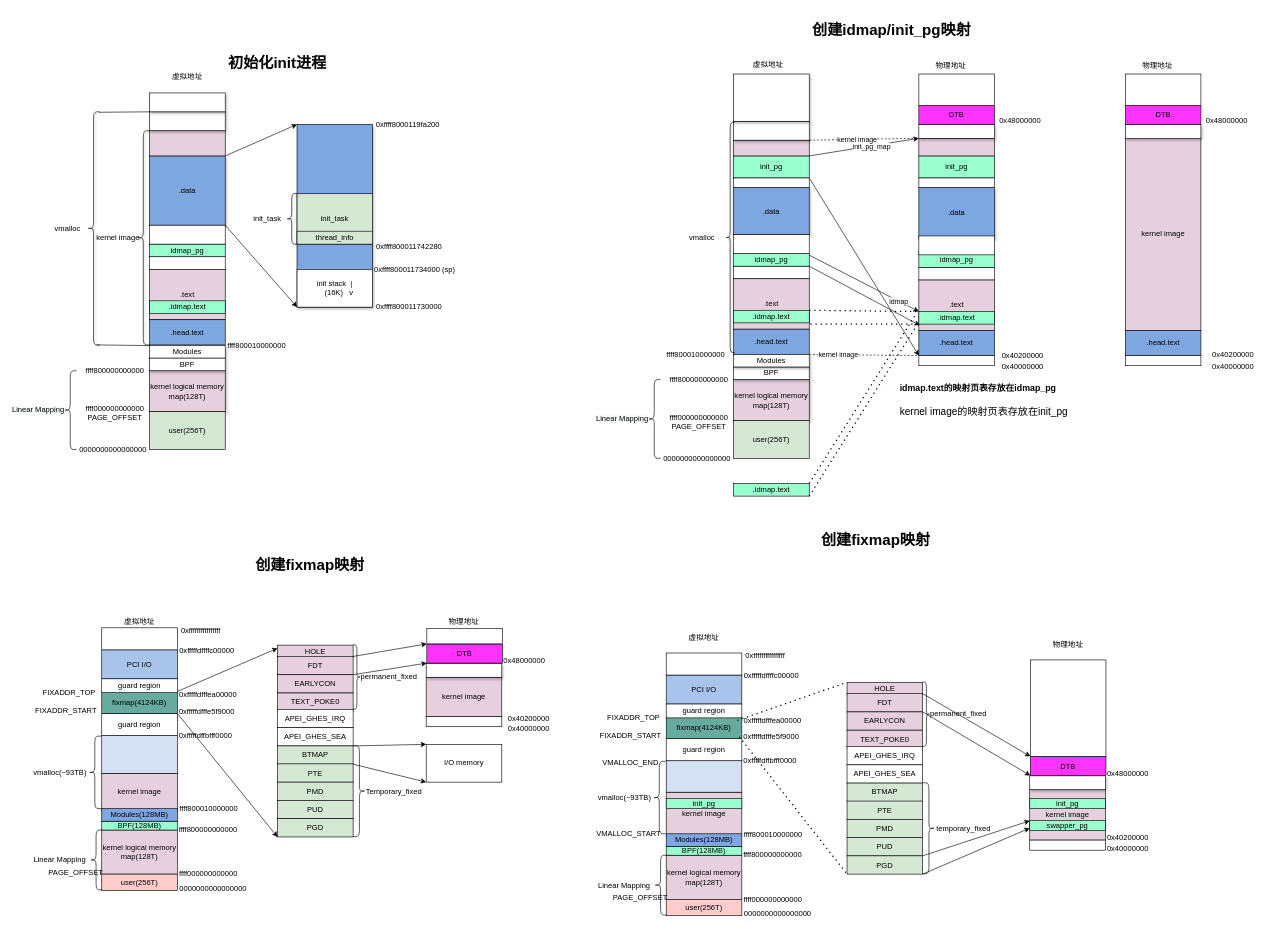
Before: kernel_start.drawio in jasonactions/graph, a draw.io diagram. Source tidied: cells renumbered, new cells numbered last; positions are measured from the earlier drawing's top-left corner, leaving out a move shared by most shapes. Both pictures are drawn from the tidied source at 63%, with x=0, y=0 at pixel (11, 17).
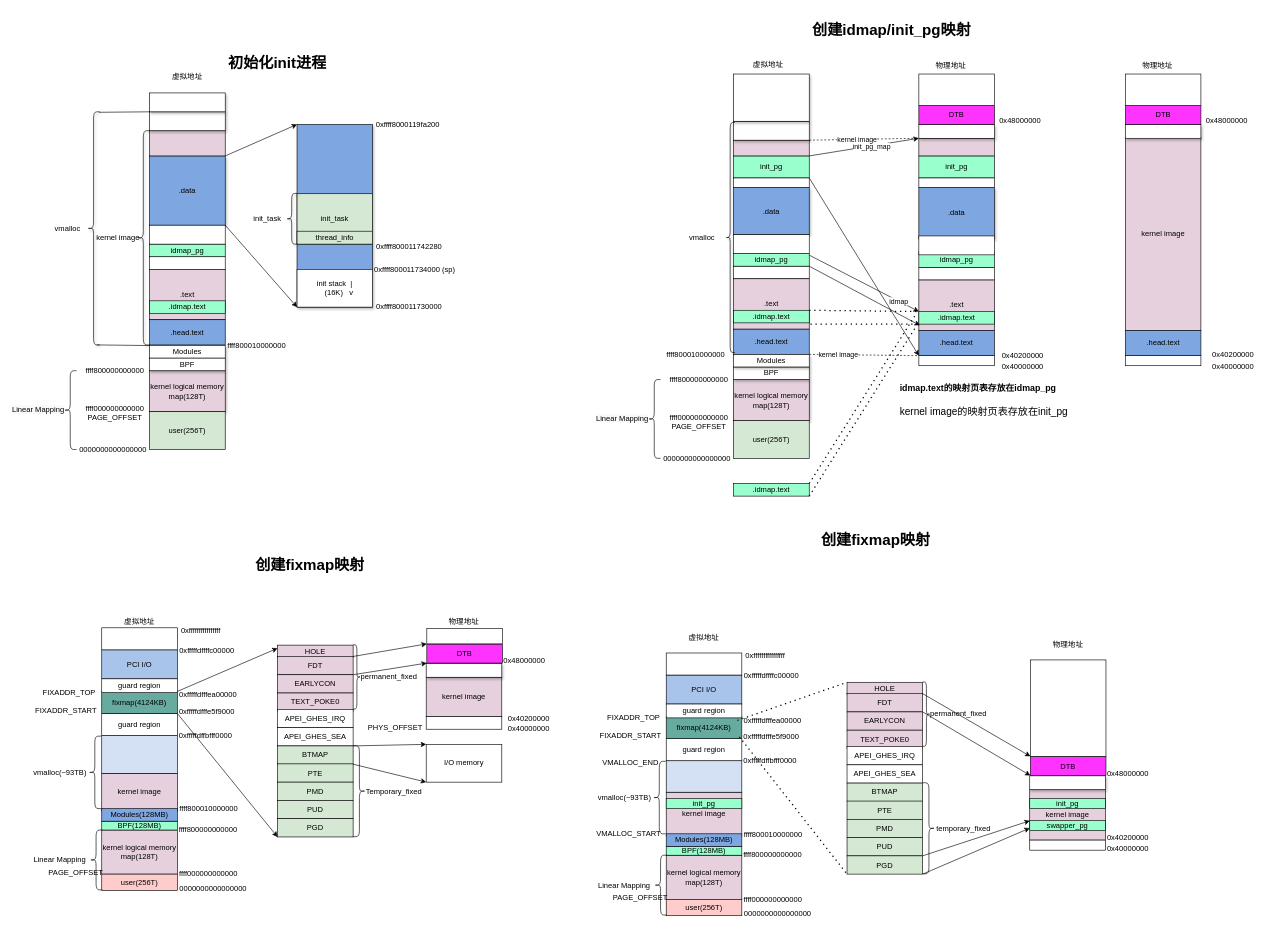
After the change.

Change to the diagram source:
```diff
@@
     <mxCell id="238" style="rounded=0;whiteSpace=wrap;html=1;" parent="1" vertex="1">
-      <mxGeometry x="659" y="1110" width="120" height="16" as="geometry" />
+      <mxGeometry x="659" y="1110" width="120" height="20" as="geometry" />
     </mxCell>
@@
+    <mxCell id="242" value="PHYS_OFFSET" style="text;html=1;strokeColor=none;fillColor=none;align=center;verticalAlign=middle;whiteSpace=wrap;rounded=0;" parent="1" vertex="1">
+      <mxGeometry x="567" y="1117.5" width="86" height="20" as="geometry" />
+    </mxCell>
```
